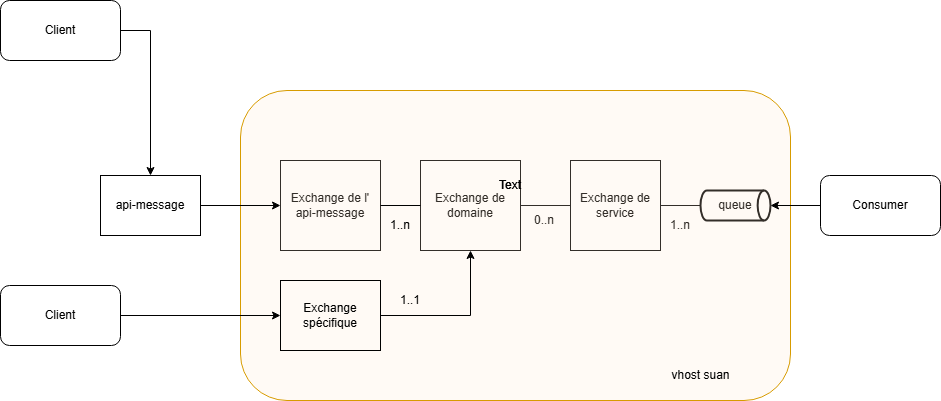
Earlier version of the draw.io export drawio/diagramme AR2.drawio.png (sarraz1/csau). Source tidied: cells renumbered, new cells last; positions are measured from the earlier drawing's top-left corner, leaving out a move shared by most shapes.
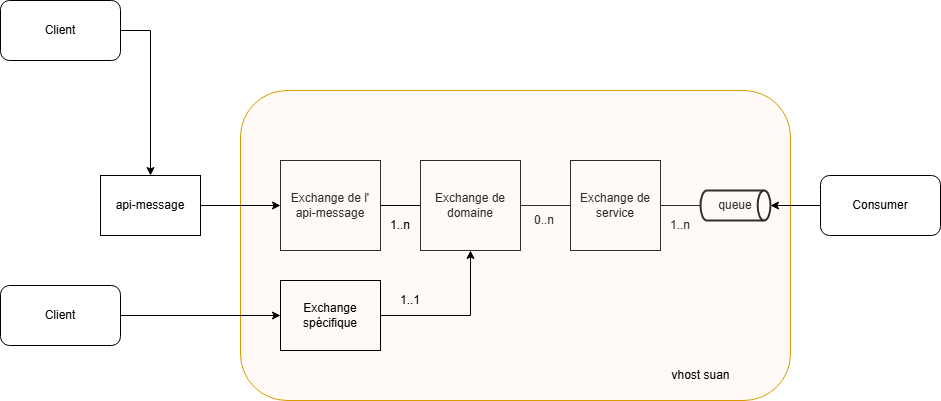
Above is the later version.

Commit message:
Mettre à jour diagramme AR2.drawio.png

The edit, as a diff of the source:
```diff
@@ -71,12 +71,6 @@
     <mxCell id="24" style="edgeStyle=orthogonalEdgeStyle;rounded=0;jettySize=auto;html=1;entryX=1;entryY=0.5;entryDx=0;entryDy=0;entryPerimeter=0;" parent="1" edge="1" source="23" target="7">
       <mxGeometry relative="1" as="geometry" />
     </mxCell>
-    <mxCell id="25" value="Text" style="text;html=1;align=center;verticalAlign=middle;whiteSpace=wrap;rounded=0;" parent="1" vertex="1">
-      <mxGeometry x="480" y="170" width="60" height="30" as="geometry" />
-    </mxCell>
-    <mxCell id="26" value="Text" style="text;html=1;align=center;verticalAlign=middle;whiteSpace=wrap;rounded=0;" parent="1" vertex="1">
-      <mxGeometry x="480" y="170" width="60" height="30" as="geometry" />
-    </mxCell>
     <mxCell id="27" value="vhost suan" style="text;html=1;align=center;verticalAlign=middle;strokeColor=none;fillColor=none;" parent="1" vertex="1">
       <mxGeometry x="660" y="360" width="80" height="30" as="geometry" />
     </mxCell>
```
